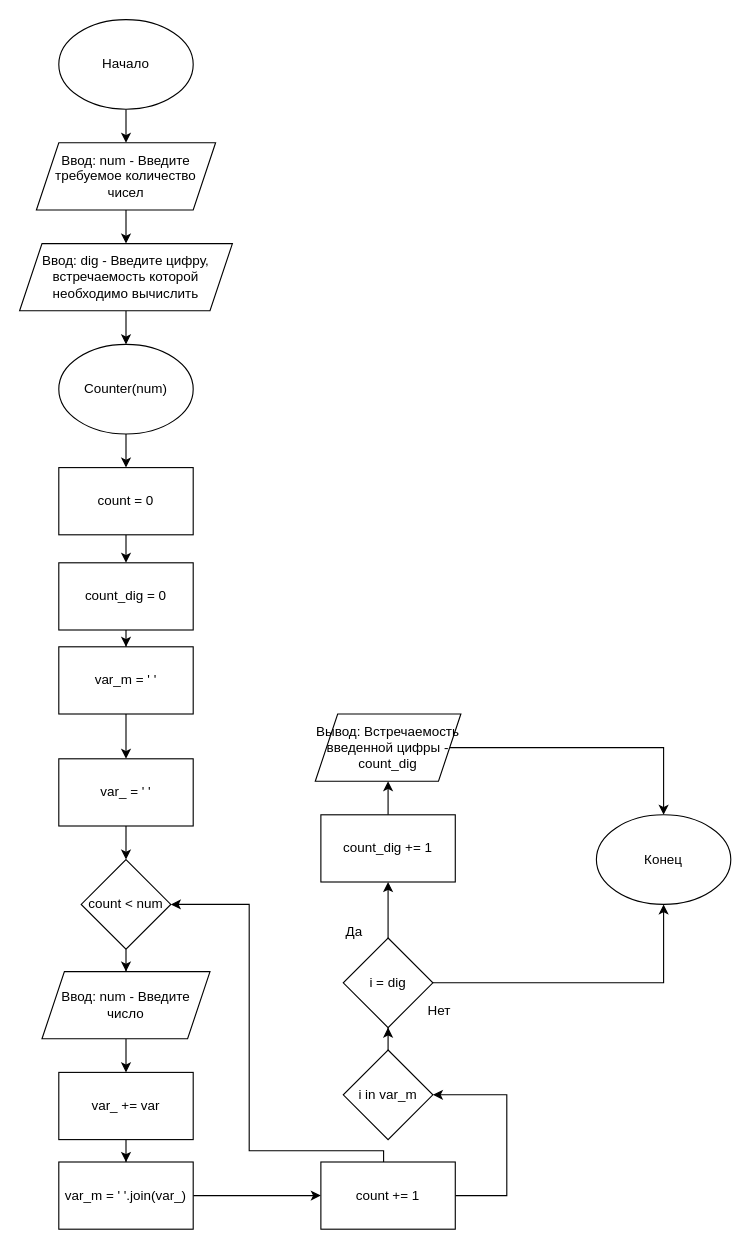
Chromatograp/Lesson-2-Algorithms keeps this draw.io diagram as Task_8.drawio. Above is the earlier version. Source tidied: cells renumbered, new cells numbered last; positions are measured from the earlier drawing's top-left corner, leaving out a move shared by most shapes. Both pictures are drawn from the tidied source at 112%, with x=0, y=0 at pixel (19, 19).
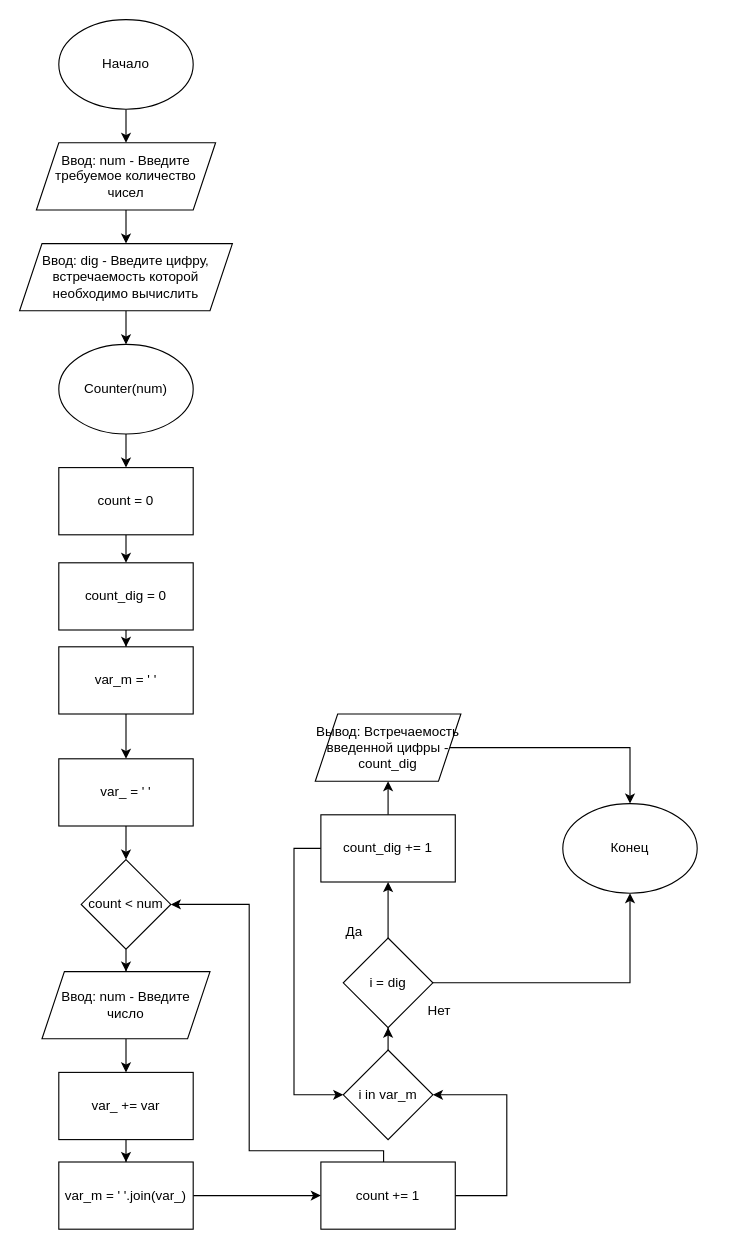
Above is the later version.

The change refers to these unchanged cells:
```xml
<mxCell id="30" value="i in var_m" style="rhombus;whiteSpace=wrap;html=1;" parent="1" vertex="1">
  <mxGeometry x="289" y="920" width="80" height="80" as="geometry" />
</mxCell>
<mxCell id="35" value="count_dig += 1" style="rounded=0;whiteSpace=wrap;html=1;" parent="1" vertex="1">
  <mxGeometry x="269" y="710" width="120" height="60" as="geometry" />
</mxCell>
```

Change to the diagram source:
```diff
@@
+    <mxCell id="41" style="edgeStyle=orthogonalEdgeStyle;rounded=0;jettySize=auto;html=1;entryX=0;entryY=0.5;entryDx=0;entryDy=0;" parent="1" edge="1" source="35" target="30">
+      <mxGeometry relative="1" as="geometry">
+        <Array as="points">
+          <mxPoint x="245" y="740" />
+          <mxPoint x="245" y="960" />
+        </Array>
+      </mxGeometry>
+    </mxCell>
@@
     <mxCell id="40" value="Конец" style="ellipse;whiteSpace=wrap;html=1;" parent="1" vertex="1">
-      <mxGeometry x="515" y="710" width="120" height="80" as="geometry" />
+      <mxGeometry x="485" y="700" width="120" height="80" as="geometry" />
     </mxCell>
```
